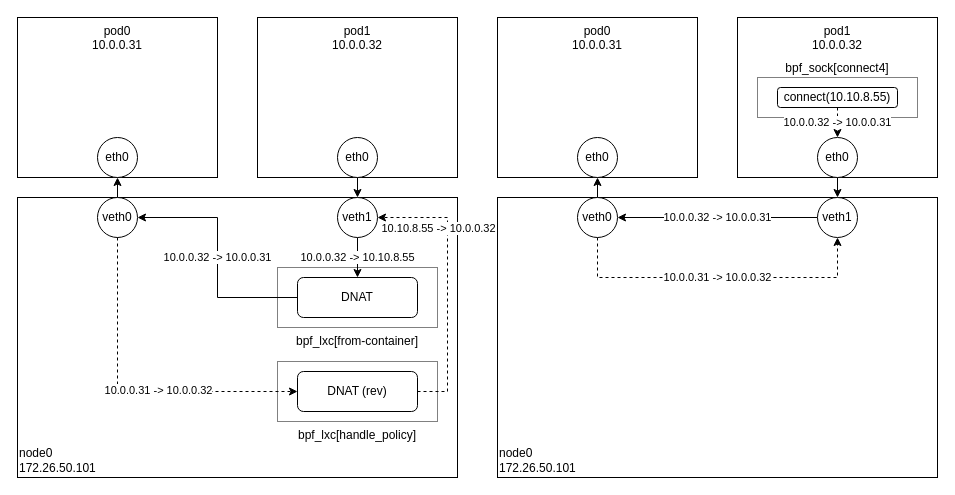
Above: page "loadbalancing" (11 of 11) of k8s.cilium/cilium.drawio in haruband/codebook (draw.io), before the change. Source tidied: cells renumbered, new cells numbered last; positions are measured from the earlier drawing's top-left corner, leaving out a move shared by most shapes. Both pictures are drawn from the tidied source at 100%, with x=0, y=0 at pixel (17, 17).
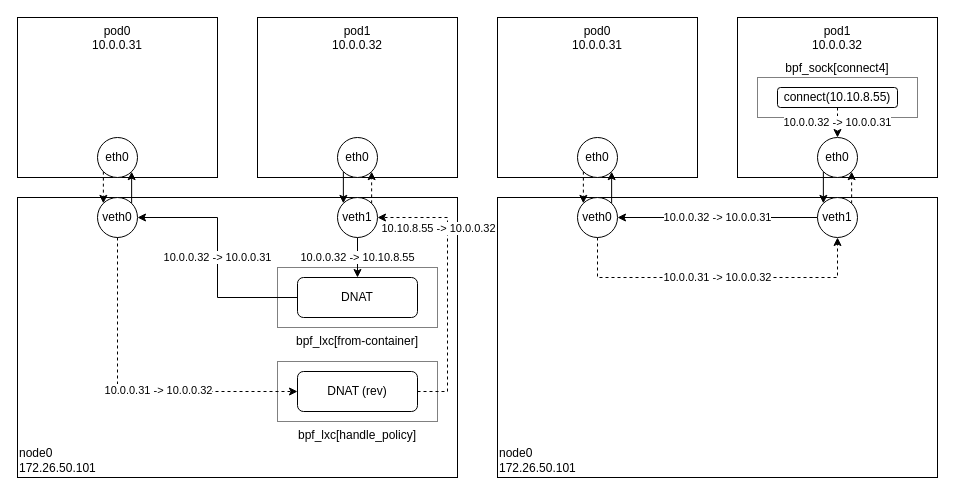
After the change.

Unchanged cells that the change refers to:
```xml
<mxCell id="9" value="veth0" style="ellipse;whiteSpace=wrap;html=1;fontSize=12;" parent="1" vertex="1">
  <mxGeometry x="80" y="180" width="40" height="40" as="geometry" />
</mxCell>
<mxCell id="10" value="eth0" style="ellipse;whiteSpace=wrap;html=1;fontSize=12;" parent="1" vertex="1">
  <mxGeometry x="80" y="120" width="40" height="40" as="geometry" />
</mxCell>
<mxCell id="16" value="eth0" style="ellipse;whiteSpace=wrap;html=1;fontSize=12;" parent="1" vertex="1">
  <mxGeometry x="320" y="120" width="40" height="40" as="geometry" />
</mxCell>
<mxCell id="18" value="veth1" style="ellipse;whiteSpace=wrap;html=1;fontSize=12;" parent="1" vertex="1">
  <mxGeometry x="320" y="180" width="40" height="40" as="geometry" />
</mxCell>
<mxCell id="26" value="veth0" style="ellipse;whiteSpace=wrap;html=1;fontSize=12;" parent="1" vertex="1">
  <mxGeometry x="560" y="180" width="40" height="40" as="geometry" />
</mxCell>
<mxCell id="27" value="eth0" style="ellipse;whiteSpace=wrap;html=1;fontSize=12;" parent="1" vertex="1">
  <mxGeometry x="560" y="120" width="40" height="40" as="geometry" />
</mxCell>
<mxCell id="29" value="eth0" style="ellipse;whiteSpace=wrap;html=1;fontSize=12;" parent="1" vertex="1">
  <mxGeometry x="800" y="120" width="40" height="40" as="geometry" />
</mxCell>
<mxCell id="31" value="veth1" style="ellipse;whiteSpace=wrap;html=1;fontSize=12;" parent="1" vertex="1">
  <mxGeometry x="800" y="180" width="40" height="40" as="geometry" />
</mxCell>
```

Diff of the diagram source:
```diff
@@
-    <mxCell id="8" style="edgeStyle=orthogonalEdgeStyle;rounded=0;jettySize=auto;html=1;exitX=0.5;exitY=0;exitDx=0;exitDy=0;entryX=0.5;entryY=1;entryDx=0;entryDy=0;startArrow=none;startFill=0;endArrow=classic;endFill=1;" parent="1" edge="1" source="9" target="10">
+    <mxCell id="8" style="edgeStyle=orthogonalEdgeStyle;rounded=0;jettySize=auto;html=1;exitX=1;exitY=0;exitDx=0;exitDy=0;entryX=1;entryY=1;entryDx=0;entryDy=0;" parent="1" edge="1" source="9" target="10">
       <mxGeometry relative="1" as="geometry" />
     </mxCell>
@@
+    <mxCell id="35" style="edgeStyle=orthogonalEdgeStyle;rounded=0;jettySize=auto;html=1;exitX=0;exitY=1;exitDx=0;exitDy=0;entryX=0;entryY=0;entryDx=0;entryDy=0;dashed=1;" parent="1" edge="1" source="10" target="9">
+      <mxGeometry relative="1" as="geometry" />
+    </mxCell>
@@
-    <mxCell id="15" style="edgeStyle=orthogonalEdgeStyle;rounded=0;jettySize=auto;html=1;exitX=0.5;exitY=1;exitDx=0;exitDy=0;entryX=0.5;entryY=0;entryDx=0;entryDy=0;" parent="1" edge="1" source="16" target="18">
+    <mxCell id="15" style="edgeStyle=orthogonalEdgeStyle;rounded=0;jettySize=auto;html=1;exitX=0;exitY=1;exitDx=0;exitDy=0;entryX=0;entryY=0;entryDx=0;entryDy=0;" parent="1" edge="1" source="16" target="18">
       <mxGeometry relative="1" as="geometry" />
     </mxCell>
@@
+    <mxCell id="36" style="edgeStyle=orthogonalEdgeStyle;rounded=0;jettySize=auto;html=1;exitX=1;exitY=0;exitDx=0;exitDy=0;entryX=1;entryY=1;entryDx=0;entryDy=0;dashed=1;" parent="1" edge="1" source="18" target="16">
+      <mxGeometry relative="1" as="geometry" />
+    </mxCell>
@@
+    <mxCell id="25" value="10.0.0.31 -&amp;gt; 10.0.0.32" style="edgeStyle=orthogonalEdgeStyle;rounded=0;jettySize=auto;html=1;exitX=0.5;exitY=1;exitDx=0;exitDy=0;entryX=0.5;entryY=1;entryDx=0;entryDy=0;dashed=1;" parent="1" edge="1" source="26" target="31">
+      <mxGeometry relative="1" as="geometry">
+        <Array as="points">
+          <mxPoint x="580" y="260" />
+          <mxPoint x="820" y="260" />
+        </Array>
+      </mxGeometry>
+    </mxCell>
-    <mxCell id="24" style="edgeStyle=orthogonalEdgeStyle;rounded=0;jettySize=auto;html=1;exitX=0.5;exitY=0;exitDx=0;exitDy=0;entryX=0.5;entryY=1;entryDx=0;entryDy=0;startArrow=none;startFill=0;endArrow=classic;endFill=1;" parent="1" edge="1" source="26" target="27">
+    <mxCell id="24" style="edgeStyle=orthogonalEdgeStyle;rounded=0;jettySize=auto;html=1;exitX=1;exitY=0;exitDx=0;exitDy=0;entryX=1;entryY=1;entryDx=0;entryDy=0;" parent="1" edge="1" source="26" target="27">
       <mxGeometry relative="1" as="geometry" />
     </mxCell>
-    <mxCell id="25" value="10.0.0.31 -&amp;gt; 10.0.0.32" style="edgeStyle=orthogonalEdgeStyle;rounded=0;jettySize=auto;html=1;exitX=0.5;exitY=1;exitDx=0;exitDy=0;entryX=0.5;entryY=1;entryDx=0;entryDy=0;dashed=1;" parent="1" edge="1" source="26" target="31">
-      <mxGeometry relative="1" as="geometry">
-        <Array as="points">
-          <mxPoint x="580" y="260" />
-          <mxPoint x="820" y="260" />
-        </Array>
-      </mxGeometry>
-    </mxCell>
@@
+    <mxCell id="37" style="edgeStyle=orthogonalEdgeStyle;rounded=0;jettySize=auto;html=1;exitX=0;exitY=1;exitDx=0;exitDy=0;entryX=0;entryY=0;entryDx=0;entryDy=0;dashed=1;" parent="1" edge="1" source="27" target="26">
+      <mxGeometry relative="1" as="geometry" />
+    </mxCell>
@@
-    <mxCell id="28" style="edgeStyle=orthogonalEdgeStyle;rounded=0;jettySize=auto;html=1;exitX=0.5;exitY=1;exitDx=0;exitDy=0;entryX=0.5;entryY=0;entryDx=0;entryDy=0;" parent="1" edge="1" source="29" target="31">
+    <mxCell id="28" style="edgeStyle=orthogonalEdgeStyle;rounded=0;jettySize=auto;html=1;exitX=0;exitY=1;exitDx=0;exitDy=0;entryX=0;entryY=0;entryDx=0;entryDy=0;" parent="1" edge="1" source="29" target="31">
       <mxGeometry relative="1" as="geometry" />
     </mxCell>
@@
+    <mxCell id="38" style="edgeStyle=orthogonalEdgeStyle;rounded=0;jettySize=auto;html=1;exitX=1;exitY=0;exitDx=0;exitDy=0;entryX=1;entryY=1;entryDx=0;entryDy=0;dashed=1;" parent="1" edge="1" source="31" target="29">
+      <mxGeometry relative="1" as="geometry" />
+    </mxCell>
```
